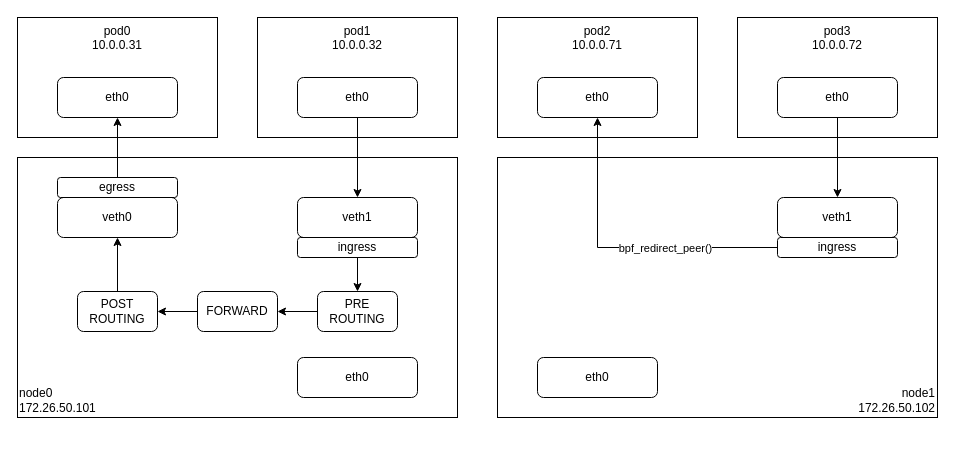
This is page "bpf_redirect_peer" (7 of 8) of k8s.cilium/cilium.drawio from haruband/codebook, a draw.io file, before an edit. Source tidied: cells renumbered, new cells numbered last; positions are measured from the earlier drawing's top-left corner, leaving out a move shared by most shapes. Both pictures are drawn from the tidied source at 100%, with x=0, y=0 at pixel (17, 17).
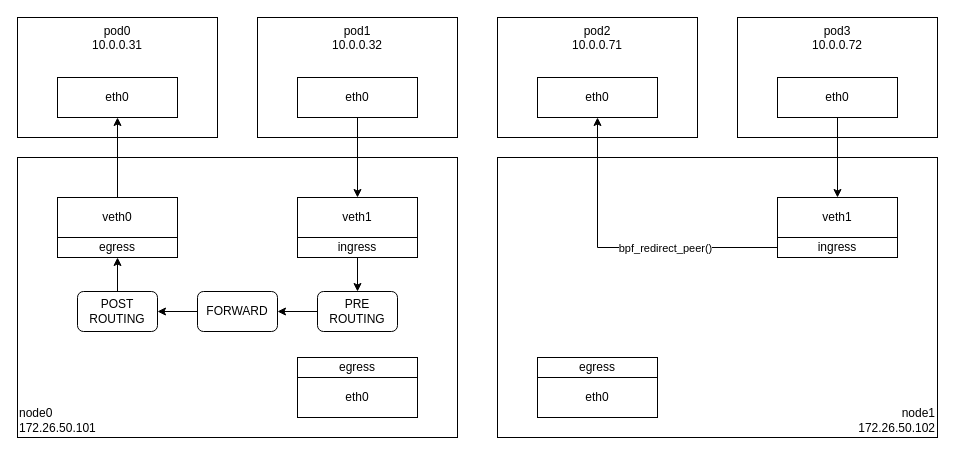
The same diagram, later.

The change refers to these unchanged cells:
```xml
<mxCell id="19" value="POST&lt;br&gt;ROUTING" style="rounded=1;whiteSpace=wrap;html=1;" parent="1" vertex="1">
  <mxGeometry x="60" y="274" width="80" height="40" as="geometry" />
</mxCell>
```

What changed in the source:
```diff
@@
     <mxCell id="4" value="node0&lt;br&gt;172.26.50.101" style="rounded=0;whiteSpace=wrap;html=1;align=left;verticalAlign=bottom;" parent="1" vertex="1">
-      <mxGeometry y="140" width="440" height="260" as="geometry" />
+      <mxGeometry y="140" width="440" height="280" as="geometry" />
     </mxCell>
@@
-    <mxCell id="6" value="eth0" style="rounded=1;whiteSpace=wrap;html=1;" parent="1" vertex="1">
+    <mxCell id="6" value="eth0" style="rounded=0;whiteSpace=wrap;html=1;" parent="1" vertex="1">
       <mxGeometry x="280" y="60" width="120" height="40" as="geometry" />
     </mxCell>
-    <mxCell id="7" value="veth1" style="rounded=1;whiteSpace=wrap;html=1;" parent="1" vertex="1">
+    <mxCell id="7" value="veth1" style="rounded=0;whiteSpace=wrap;html=1;" parent="1" vertex="1">
       <mxGeometry x="280" y="180" width="120" height="40" as="geometry" />
     </mxCell>
@@
-    <mxCell id="9" value="ingress" style="rounded=1;whiteSpace=wrap;html=1;" parent="1" vertex="1">
+    <mxCell id="9" value="ingress" style="rounded=0;whiteSpace=wrap;html=1;" parent="1" vertex="1">
       <mxGeometry x="280" y="220" width="120" height="20" as="geometry" />
     </mxCell>
-    <mxCell id="10" value="eth0" style="rounded=1;whiteSpace=wrap;html=1;" parent="1" vertex="1">
+    <mxCell id="10" value="eth0" style="rounded=0;whiteSpace=wrap;html=1;" parent="1" vertex="1">
       <mxGeometry x="40" y="60" width="120" height="40" as="geometry" />
     </mxCell>
+    <mxCell id="32" style="edgeStyle=orthogonalEdgeStyle;rounded=0;jettySize=auto;html=1;exitX=0.5;exitY=0;exitDx=0;exitDy=0;" parent="1" edge="1" source="11" target="10">
+      <mxGeometry relative="1" as="geometry" />
+    </mxCell>
-    <mxCell id="11" value="veth0" style="rounded=1;whiteSpace=wrap;html=1;" parent="1" vertex="1">
+    <mxCell id="11" value="veth0" style="rounded=0;whiteSpace=wrap;html=1;" parent="1" vertex="1">
       <mxGeometry x="40" y="180" width="120" height="40" as="geometry" />
     </mxCell>
-    <mxCell id="12" style="edgeStyle=orthogonalEdgeStyle;rounded=0;jettySize=auto;html=1;exitX=0.5;exitY=0;exitDx=0;exitDy=0;entryX=0.5;entryY=1;entryDx=0;entryDy=0;" parent="1" edge="1" source="13" target="10">
-      <mxGeometry relative="1" as="geometry" />
-    </mxCell>
-    <mxCell id="13" value="egress" style="rounded=1;whiteSpace=wrap;html=1;" parent="1" vertex="1">
-      <mxGeometry x="40" y="160" width="120" height="20" as="geometry" />
+    <mxCell id="13" value="egress" style="rounded=0;whiteSpace=wrap;html=1;" parent="1" vertex="1">
+      <mxGeometry x="40" y="220" width="120" height="20" as="geometry" />
     </mxCell>
@@
-    <mxCell id="18" style="edgeStyle=orthogonalEdgeStyle;rounded=0;jettySize=auto;html=1;exitX=0.5;exitY=0;exitDx=0;exitDy=0;entryX=0.5;entryY=1;entryDx=0;entryDy=0;" parent="1" edge="1" source="19" target="11">
-      <mxGeometry relative="1" as="geometry" />
-    </mxCell>
+    <mxCell id="33" style="edgeStyle=orthogonalEdgeStyle;rounded=0;jettySize=auto;html=1;exitX=0.5;exitY=0;exitDx=0;exitDy=0;entryX=0.5;entryY=1;entryDx=0;entryDy=0;" parent="1" edge="1" source="19" target="13">
+      <mxGeometry relative="1" as="geometry" />
+    </mxCell>
@@
     <mxCell id="22" value="node1&lt;br&gt;172.26.50.102" style="rounded=0;whiteSpace=wrap;html=1;align=right;verticalAlign=bottom;" parent="1" vertex="1">
-      <mxGeometry x="480" y="140" width="440" height="260" as="geometry" />
+      <mxGeometry x="480" y="140" width="440" height="280" as="geometry" />
     </mxCell>
@@
-    <mxCell id="24" value="eth0" style="rounded=1;whiteSpace=wrap;html=1;" parent="1" vertex="1">
+    <mxCell id="24" value="eth0" style="rounded=0;whiteSpace=wrap;html=1;" parent="1" vertex="1">
       <mxGeometry x="760" y="60" width="120" height="40" as="geometry" />
     </mxCell>
-    <mxCell id="25" value="veth1" style="rounded=1;whiteSpace=wrap;html=1;" parent="1" vertex="1">
+    <mxCell id="25" value="veth1" style="rounded=0;whiteSpace=wrap;html=1;" parent="1" vertex="1">
       <mxGeometry x="760" y="180" width="120" height="40" as="geometry" />
     </mxCell>
@@
-    <mxCell id="28" value="ingress" style="rounded=1;whiteSpace=wrap;html=1;" parent="1" vertex="1">
+    <mxCell id="28" value="ingress" style="rounded=0;whiteSpace=wrap;html=1;" parent="1" vertex="1">
       <mxGeometry x="760" y="220" width="120" height="20" as="geometry" />
     </mxCell>
-    <mxCell id="29" value="eth0" style="rounded=1;whiteSpace=wrap;html=1;" parent="1" vertex="1">
+    <mxCell id="29" value="eth0" style="rounded=0;whiteSpace=wrap;html=1;" parent="1" vertex="1">
       <mxGeometry x="520" y="60" width="120" height="40" as="geometry" />
     </mxCell>
-    <mxCell id="30" value="eth0" style="rounded=1;whiteSpace=wrap;html=1;" parent="1" vertex="1">
-      <mxGeometry x="280" y="340" width="120" height="40" as="geometry" />
+    <mxCell id="30" value="eth0" style="rounded=0;whiteSpace=wrap;html=1;" parent="1" vertex="1">
+      <mxGeometry x="280" y="360" width="120" height="40" as="geometry" />
     </mxCell>
-    <mxCell id="31" value="eth0" style="rounded=1;whiteSpace=wrap;html=1;" parent="1" vertex="1">
-      <mxGeometry x="520" y="340" width="120" height="40" as="geometry" />
+    <mxCell id="31" value="eth0" style="rounded=0;whiteSpace=wrap;html=1;" parent="1" vertex="1">
+      <mxGeometry x="520" y="360" width="120" height="40" as="geometry" />
     </mxCell>
+    <mxCell id="34" value="egress" style="rounded=0;whiteSpace=wrap;html=1;" parent="1" vertex="1">
+      <mxGeometry x="280" y="340" width="120" height="20" as="geometry" />
+    </mxCell>
+    <mxCell id="35" value="egress" style="rounded=0;whiteSpace=wrap;html=1;" parent="1" vertex="1">
+      <mxGeometry x="520" y="340" width="120" height="20" as="geometry" />
+    </mxCell>
```
